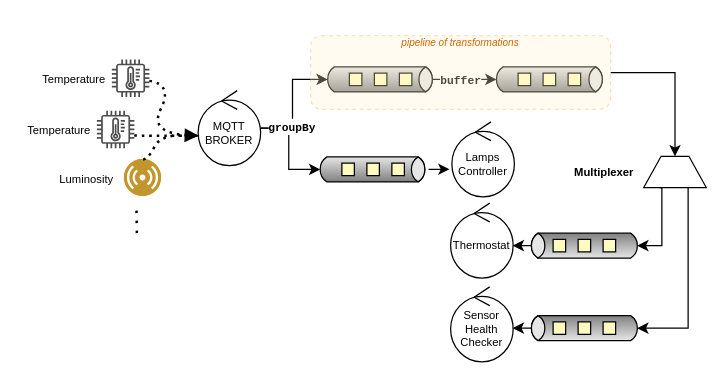
tassiluca/direct-style-experiments keeps this draw.io diagram as page "Page-2" (2 of 2) of docs/content/res/schemas/diagrams.drawio. Above is the earlier version. Source tidied: cells renumbered, new cells numbered last; positions are measured from the earlier drawing's top-left corner, leaving out a move shared by most shapes. Both pictures are drawn from the tidied source at 125%, with x=0, y=0 at pixel (21, 35).
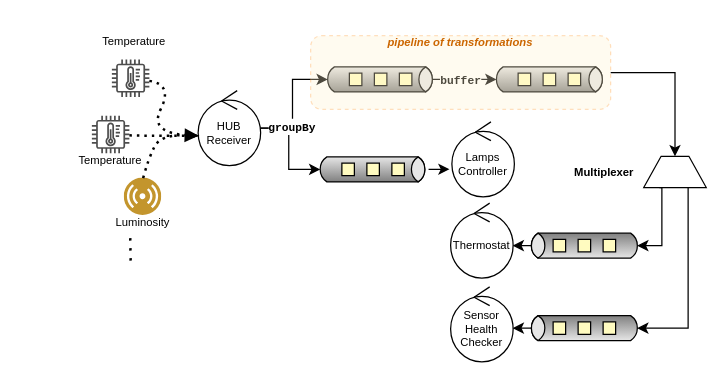
The same page after the edit.

Change to the diagram source:
```diff
@@
     <mxCell id="4" style="sketch=0;outlineConnect=0;fontColor=#232F3E;gradientColor=none;fillColor=#4D4D4D;strokeColor=none;dashed=0;verticalLabelPosition=bottom;verticalAlign=top;align=center;html=1;fontSize=12;fontStyle=0;shape=mxgraph.aws4.iot_thing_temperature_sensor;" parent="1" vertex="1">
-      <mxGeometry x="60" y="60" width="30" height="30" as="geometry" />
+      <mxGeometry x="56" y="64" width="30" height="30" as="geometry" />
     </mxCell>
     <mxCell id="5" style="perimeter=ellipsePerimeter;html=1;align=center;shadow=0;dashed=0;fontColor=#4277BB;labelBackgroundColor=#ffffff;fontSize=12;spacingTop=3;image;image=img/lib/ibm/users/sensor.svg;strokeColor=default;fillColor=#4D4D4D;" parent="1" vertex="1">
-      <mxGeometry x="82" y="99" width="30" height="30" as="geometry" />
+      <mxGeometry x="82" y="114" width="30" height="30" as="geometry" />
     </mxCell>
-    <mxCell id="6" value="MQTT&lt;br&gt;BROKER" style="ellipse;shape=umlControl;whiteSpace=wrap;html=1;fontSize=9;strokeColor=default;fillColor=none;" parent="1" vertex="1">
+    <mxCell id="6" value="HUB&lt;br&gt;Receiver" style="ellipse;shape=umlControl;whiteSpace=wrap;html=1;fontSize=9;strokeColor=default;fillColor=none;" parent="1" vertex="1">
       <mxGeometry x="141" y="44" width="50" height="60" as="geometry" />
     </mxCell>
     <mxCell id="7" style="endArrow=none;dashed=1;html=1;dashPattern=1 3;strokeWidth=2;rounded=0;fontSize=9;" parent="1" edge="1">
       <mxGeometry relative="1" as="geometry">
-        <mxPoint x="92" y="158" as="sourcePoint" />
-        <mxPoint x="91.7" y="140" as="targetPoint" />
+        <mxPoint x="87" y="180" as="sourcePoint" />
+        <mxPoint x="86.7" y="162" as="targetPoint" />
       </mxGeometry>
     </mxCell>
@@
     <mxCell id="14" value="&lt;font style=&quot;font-size: 9px;&quot;&gt;Temperature&lt;/font&gt;" style="text;html=1;align=center;verticalAlign=middle;whiteSpace=wrap;rounded=0;" parent="1" vertex="1">
-      <mxGeometry x="12" y="19" width="60" height="30" as="geometry" />
+      <mxGeometry x="60" y="-11" width="60" height="30" as="geometry" />
     </mxCell>
     <mxCell id="15" value="&lt;font style=&quot;font-size: 9px;&quot;&gt;Temperature&lt;/font&gt;" style="text;html=1;align=center;verticalAlign=middle;whiteSpace=wrap;rounded=0;" parent="1" vertex="1">
-      <mxGeometry y="60" width="60" height="30" as="geometry" />
+      <mxGeometry x="41" y="84" width="60" height="30" as="geometry" />
     </mxCell>
     <mxCell id="16" value="&lt;font style=&quot;font-size: 9px;&quot;&gt;Luminosity&lt;/font&gt;" style="text;html=1;align=center;verticalAlign=middle;whiteSpace=wrap;rounded=0;" parent="1" vertex="1">
-      <mxGeometry x="22" y="99" width="60" height="30" as="geometry" />
+      <mxGeometry x="67" y="134" width="60" height="30" as="geometry" />
     </mxCell>
@@
-    <mxCell id="28" value="&lt;font color=&quot;#cc6600&quot; style=&quot;font-size: 8px;&quot;&gt;&lt;i style=&quot;&quot;&gt;pipeline of transformations&lt;/i&gt;&lt;/font&gt;" style="text;html=1;align=center;verticalAlign=middle;whiteSpace=wrap;rounded=0;" parent="1" vertex="1">
+    <mxCell id="28" value="&lt;font size=&quot;1&quot; color=&quot;#cc6600&quot; style=&quot;&quot;&gt;&lt;i style=&quot;&quot;&gt;&lt;b style=&quot;font-size: 9px;&quot;&gt;pipeline of transformations&lt;/b&gt;&lt;/i&gt;&lt;/font&gt;" style="text;html=1;align=center;verticalAlign=middle;whiteSpace=wrap;rounded=0;" parent="1" vertex="1">
       <mxGeometry x="231" width="240" height="10" as="geometry" />
     </mxCell>
```
